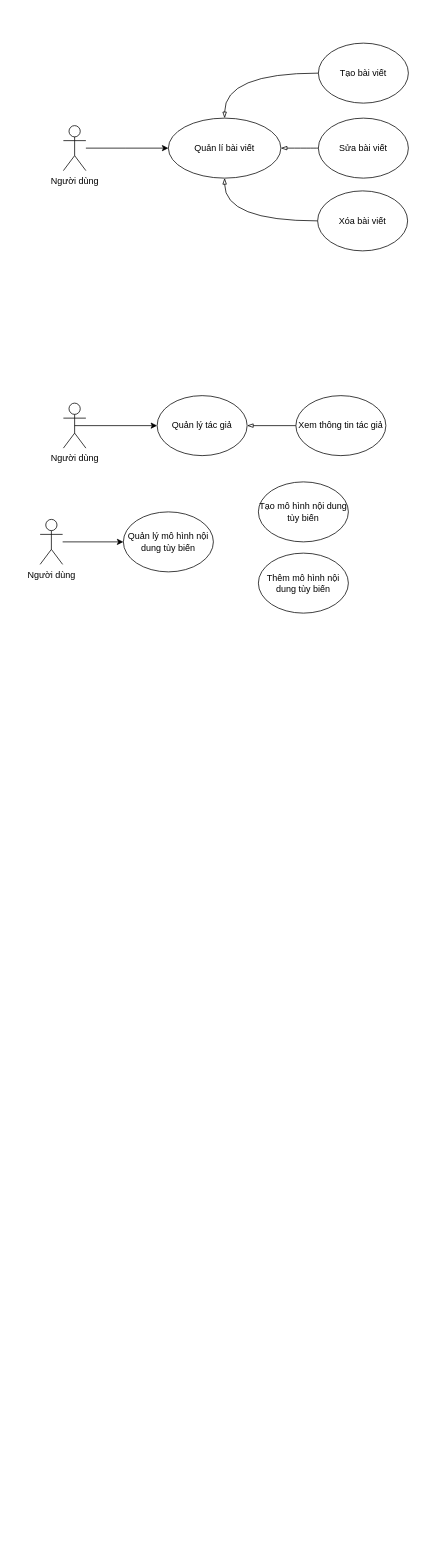
hvhvdevdev/demo-write keeps this draw.io diagram as Untitled Diagram.drawio. Above is the earlier version. Source tidied: cells renumbered, new cells numbered last; positions are measured from the earlier drawing's top-left corner, leaving out a move shared by most shapes. Both pictures are drawn from the tidied source at 75%, with x=0, y=0 at pixel (40, 43).
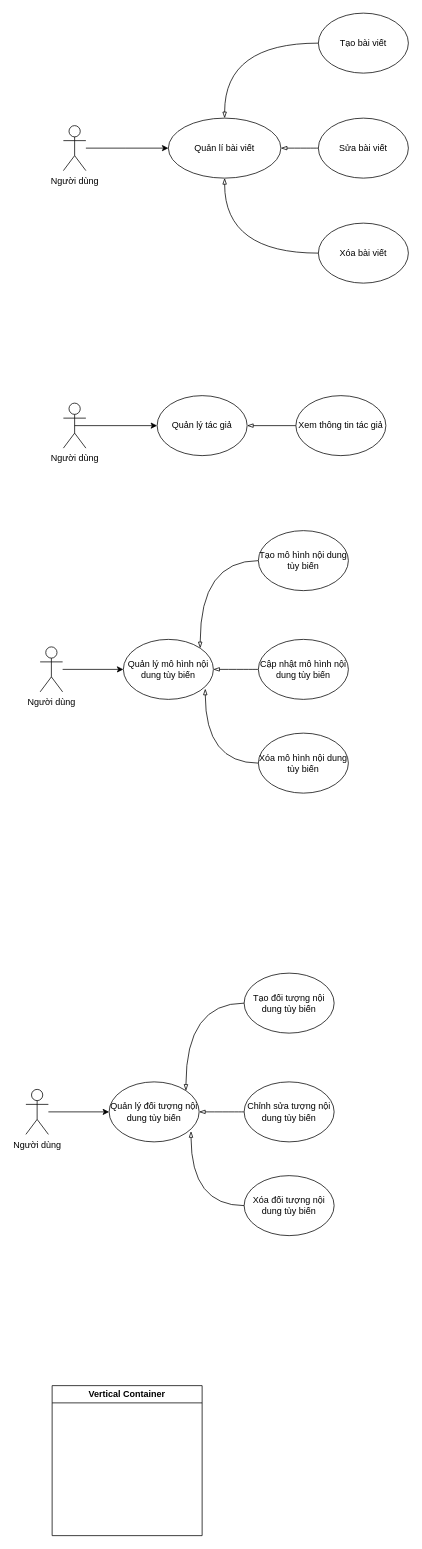
Above is the later version.

The edit, as a diff of the source:
```diff
@@
     <mxCell id="6" value="Tạo bài viết" style="ellipse;whiteSpace=wrap;html=1;" parent="1" vertex="1">
-      <mxGeometry x="371" width="120" height="80" as="geometry" />
+      <mxGeometry x="371" y="-40" width="120" height="80" as="geometry" />
     </mxCell>
@@
     <mxCell id="10" value="Xóa bài viết" style="ellipse;whiteSpace=wrap;html=1;" parent="1" vertex="1">
-      <mxGeometry x="370" y="197" width="120" height="80" as="geometry" />
+      <mxGeometry x="371" y="240" width="120" height="80" as="geometry" />
     </mxCell>
@@
     <mxCell id="17" value="Người dùng" style="shape=umlActor;verticalLabelPosition=bottom;verticalAlign=top;html=1;" parent="1" vertex="1">
-      <mxGeometry y="635" width="30" height="60" as="geometry" />
+      <mxGeometry y="805" width="30" height="60" as="geometry" />
     </mxCell>
     <mxCell id="18" value="Quản lý mô hình nội dung tùy biến" style="ellipse;whiteSpace=wrap;html=1;" parent="1" vertex="1">
-      <mxGeometry x="111" y="625" width="120" height="80" as="geometry" />
+      <mxGeometry x="111" y="795" width="120" height="80" as="geometry" />
     </mxCell>
+    <mxCell id="21" style="edgeStyle=orthogonalEdgeStyle;jettySize=auto;html=1;exitX=0;exitY=0.5;exitDx=0;exitDy=0;entryX=1;entryY=0;entryDx=0;entryDy=0;endArrow=blockThin;endFill=0;curved=1;" parent="1" edge="1" source="19" target="18">
+      <mxGeometry relative="1" as="geometry" />
+    </mxCell>
     <mxCell id="19" value="Tạo mô hình nội dung tùy biến" style="ellipse;whiteSpace=wrap;html=1;" parent="1" vertex="1">
-      <mxGeometry x="291" y="585" width="120" height="80" as="geometry" />
+      <mxGeometry x="291" y="650" width="120" height="80" as="geometry" />
     </mxCell>
+    <mxCell id="22" style="edgeStyle=orthogonalEdgeStyle;jettySize=auto;html=1;entryX=1;entryY=0.5;entryDx=0;entryDy=0;endArrow=blockThin;endFill=0;curved=1;" parent="1" edge="1" source="20" target="18">
+      <mxGeometry relative="1" as="geometry" />
+    </mxCell>
-    <mxCell id="20" value="Thêm mô hình nội dung tùy biến" style="ellipse;whiteSpace=wrap;html=1;" parent="1" vertex="1">
-      <mxGeometry x="291" y="680" width="120" height="80" as="geometry" />
+    <mxCell id="20" value="Cập nhật mô hình nội dung tùy biến" style="ellipse;whiteSpace=wrap;html=1;" parent="1" vertex="1">
+      <mxGeometry x="291" y="795" width="120" height="80" as="geometry" />
     </mxCell>
+    <mxCell id="23" style="edgeStyle=orthogonalEdgeStyle;jettySize=auto;html=1;entryX=0.91;entryY=0.823;entryDx=0;entryDy=0;entryPerimeter=0;endArrow=blockThin;endFill=0;curved=1;" parent="1" edge="1" source="24" target="18">
+      <mxGeometry relative="1" as="geometry" />
+    </mxCell>
+    <mxCell id="24" value="Xóa mô hình nội dung tùy biến" style="ellipse;whiteSpace=wrap;html=1;" parent="1" vertex="1">
+      <mxGeometry x="291" y="920" width="120" height="80" as="geometry" />
+    </mxCell>
+    <mxCell id="25" value="Vertical Container" style="swimlane;whiteSpace=wrap;html=1;" parent="1" vertex="1">
+      <mxGeometry x="16" y="1790" width="200" height="200" as="geometry" />
+    </mxCell>
+    <mxCell id="26" style="edgeStyle=orthogonalEdgeStyle;rounded=0;jettySize=auto;html=1;entryX=0;entryY=0.5;entryDx=0;entryDy=0;" parent="1" edge="1" source="27" target="28">
+      <mxGeometry relative="1" as="geometry" />
+    </mxCell>
+    <mxCell id="27" value="Người dùng" style="shape=umlActor;verticalLabelPosition=bottom;verticalAlign=top;html=1;" parent="1" vertex="1">
+      <mxGeometry x="-19" y="1395" width="30" height="60" as="geometry" />
+    </mxCell>
+    <mxCell id="28" value="Quản lý đối tượng nội dung tùy biến" style="ellipse;whiteSpace=wrap;html=1;" parent="1" vertex="1">
+      <mxGeometry x="92" y="1385" width="120" height="80" as="geometry" />
+    </mxCell>
+    <mxCell id="29" style="edgeStyle=orthogonalEdgeStyle;jettySize=auto;html=1;exitX=0;exitY=0.5;exitDx=0;exitDy=0;entryX=1;entryY=0;entryDx=0;entryDy=0;endArrow=blockThin;endFill=0;curved=1;" parent="1" edge="1" source="30" target="28">
+      <mxGeometry relative="1" as="geometry" />
+    </mxCell>
+    <mxCell id="30" value="Tạo đối tượng nội dung tùy biến" style="ellipse;whiteSpace=wrap;html=1;" parent="1" vertex="1">
+      <mxGeometry x="272" y="1240" width="120" height="80" as="geometry" />
+    </mxCell>
+    <mxCell id="31" style="edgeStyle=orthogonalEdgeStyle;jettySize=auto;html=1;entryX=1;entryY=0.5;entryDx=0;entryDy=0;endArrow=blockThin;endFill=0;curved=1;" parent="1" edge="1" source="32" target="28">
+      <mxGeometry relative="1" as="geometry" />
+    </mxCell>
+    <mxCell id="32" value="Chỉnh sửa tượng nội dung tùy biến" style="ellipse;whiteSpace=wrap;html=1;" parent="1" vertex="1">
+      <mxGeometry x="272" y="1385" width="120" height="80" as="geometry" />
+    </mxCell>
+    <mxCell id="33" style="edgeStyle=orthogonalEdgeStyle;jettySize=auto;html=1;entryX=0.91;entryY=0.823;entryDx=0;entryDy=0;entryPerimeter=0;endArrow=blockThin;endFill=0;curved=1;" parent="1" edge="1" source="34" target="28">
+      <mxGeometry relative="1" as="geometry" />
+    </mxCell>
+    <mxCell id="34" value="Xóa đối tượng nội dung tùy biến" style="ellipse;whiteSpace=wrap;html=1;" parent="1" vertex="1">
+      <mxGeometry x="272" y="1510" width="120" height="80" as="geometry" />
+    </mxCell>
```
